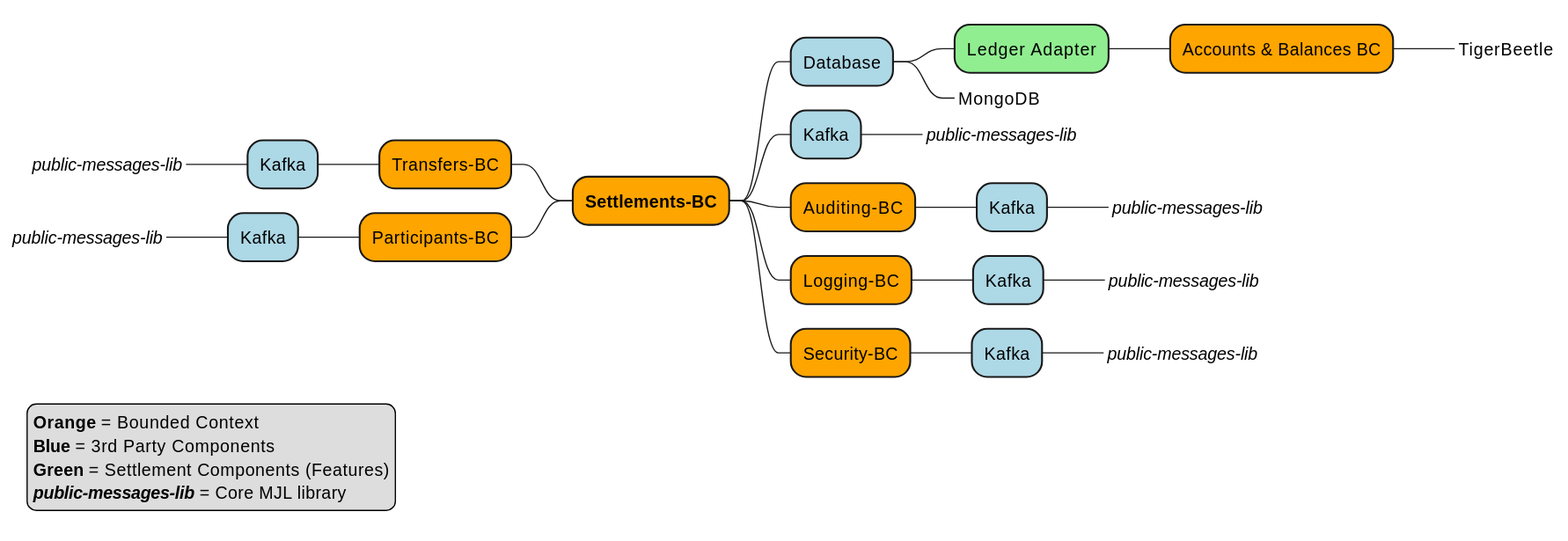
Before: docs/flows/30-settlement-architecture-vnext.svg, a diagram exported from PlantUML (mojaloop/settlements-bc).
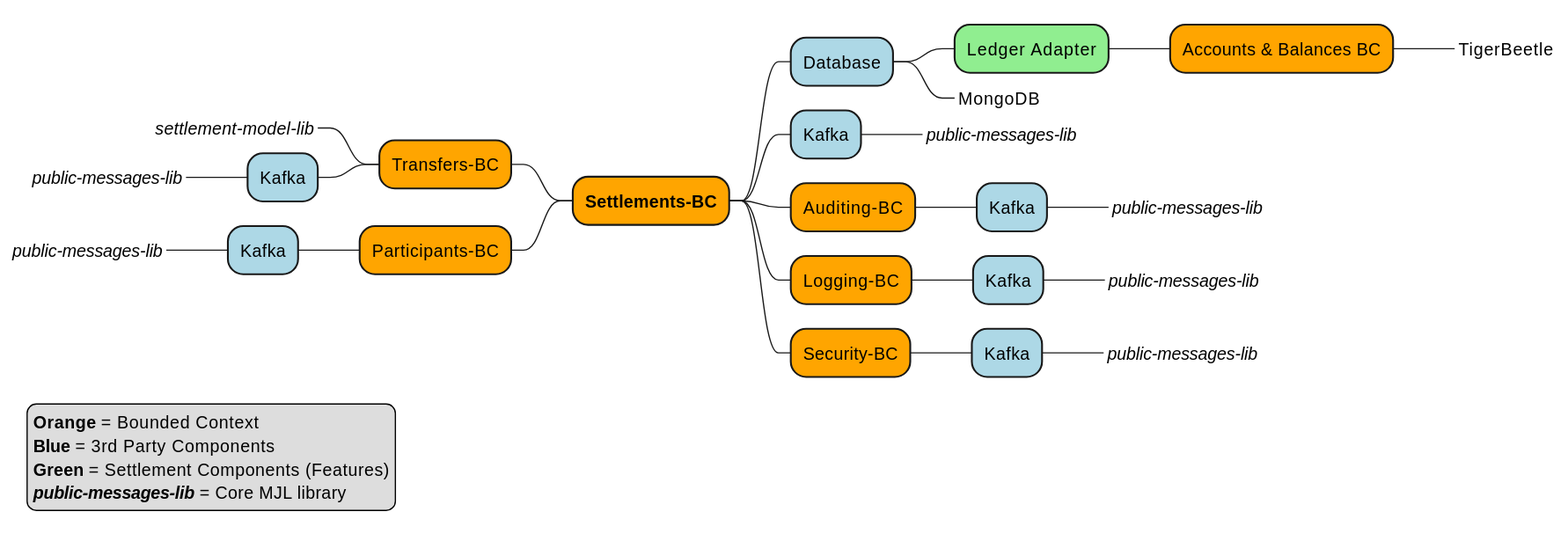
Later version of the same file.

What changed in the source:
```diff
@@ -17,6 +17,7 @@
 +++[#Lightblue] Kafka
 ++++_ //public-messages-lib//
 --[#Orange] Transfers-BC
+---_ //settlement-model-lib//
 ---[#Lightblue] Kafka
 ----_ //public-messages-lib//
 --[#Orange] Participants-BC
```
